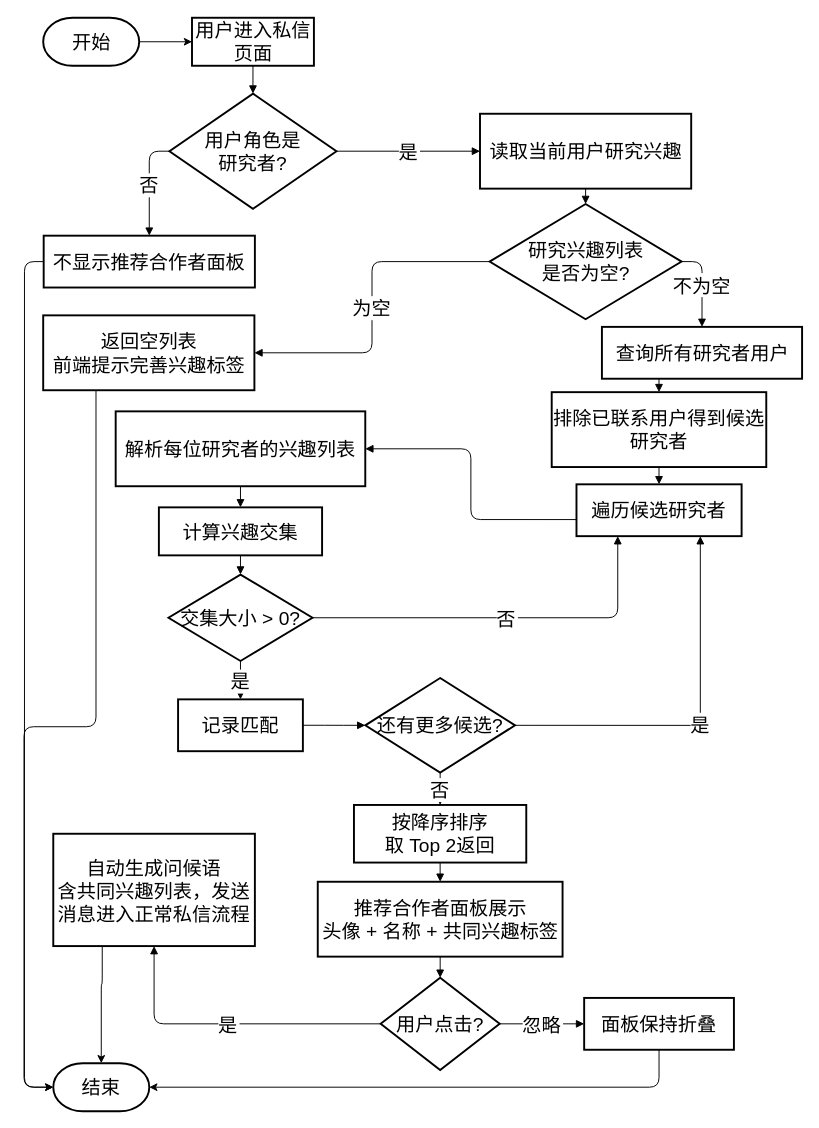
Before: docs/draw/15-collaborator-matching-BPD.drawio in this1is1i/ACSR, a draw.io diagram. Source tidied: cells renumbered, new cells numbered last; positions are measured from the earlier drawing's top-left corner, leaving out a move shared by most shapes. Both pictures are drawn from the tidied source at 96%, with x=0, y=0 at pixel (42, 17).
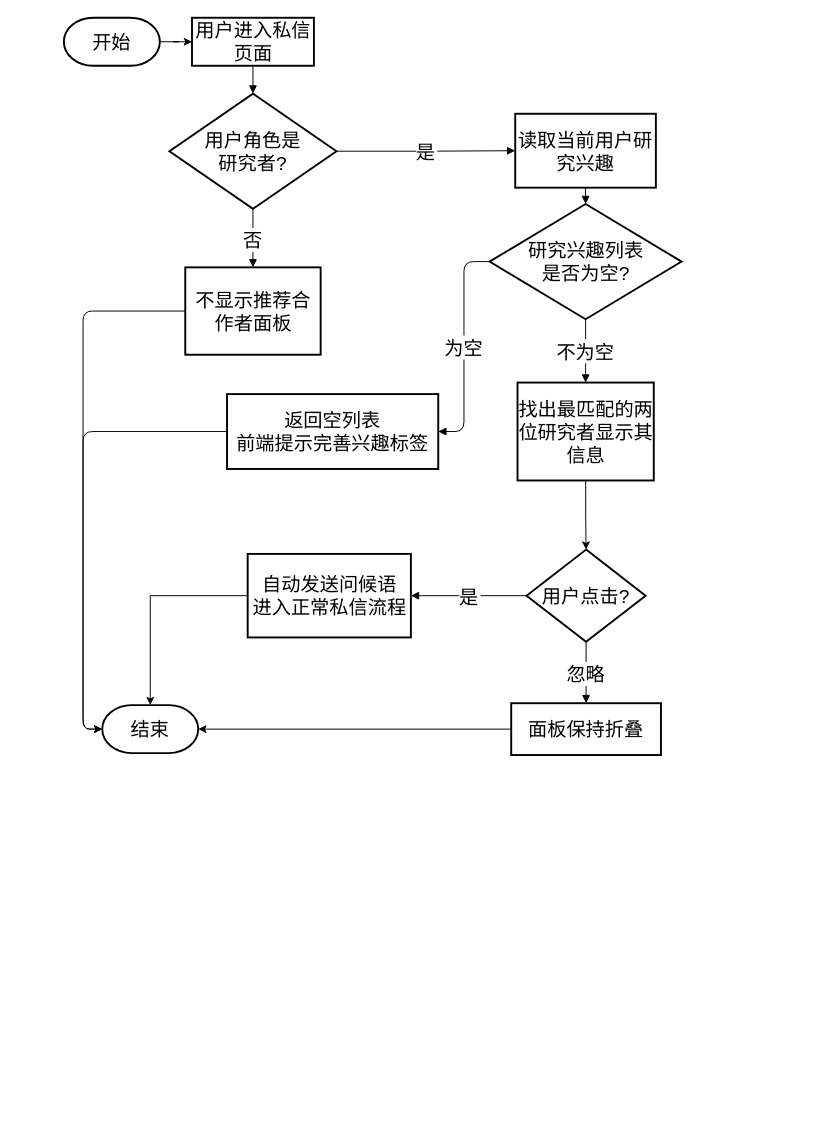
Above is the later version.

Commit message (it also covers changes not shown here):
docs: Q51 — concise pseudocode for user feature construction and fusion ranking

The change refers to these unchanged cells:
```xml
<mxCell id="3" value="用户角色是&#10;研究者?" style="rhombus;strokeWidth=2;whiteSpace=wrap;fontSize=20;" parent="1" vertex="1">
  <mxGeometry x="132" y="79" width="174" height="120" as="geometry" />
</mxCell>
<mxCell id="6" value="研究兴趣列表&#10;是否为空?" style="rhombus;strokeWidth=2;whiteSpace=wrap;fontSize=20;" parent="1" vertex="1">
  <mxGeometry x="465.5" y="194" width="200" height="120" as="geometry" />
</mxCell>
```

What changed in the source:
```diff
@@
     <mxCell id="4" value="不显示推荐合作者面板" style="whiteSpace=wrap;strokeWidth=2;fontSize=20;" parent="1" vertex="1">
-      <mxGeometry x="1" y="227" width="220" height="54" as="geometry" />
+      <mxGeometry x="148.5" y="260" width="141" height="91" as="geometry" />
     </mxCell>
     <mxCell id="5" value="读取当前用户研究兴趣" style="whiteSpace=wrap;strokeWidth=2;fontSize=20;" parent="1" vertex="1">
-      <mxGeometry x="455.5" y="100" width="220" height="78" as="geometry" />
+      <mxGeometry x="492.2" y="100" width="146.5" height="77" as="geometry" />
     </mxCell>
@@
     <mxCell id="7" value="返回空列表&#10;前端提示完善兴趣标签" style="whiteSpace=wrap;strokeWidth=2;fontSize=20;" parent="1" vertex="1">
-      <mxGeometry x="0.5" y="310" width="220" height="78" as="geometry" />
+      <mxGeometry x="192" y="392" width="220" height="78" as="geometry" />
     </mxCell>
+    <mxCell id="48" style="edgeStyle=orthogonalEdgeStyle;rounded=0;jettySize=auto;html=1;exitX=0.5;exitY=1;exitDx=0;exitDy=0;entryX=0.5;entryY=0;entryDx=0;entryDy=0;" parent="1" edge="1" source="8" target="18">
+      <mxGeometry relative="1" as="geometry" />
+    </mxCell>
-    <mxCell id="8" value="查询所有研究者用户" style="whiteSpace=wrap;strokeWidth=2;fontSize=20;" parent="1" vertex="1">
-      <mxGeometry x="582.5" y="322" width="208.5" height="54" as="geometry" />
+    <mxCell id="8" value="找出最匹配的两位研究者显示其信息" style="whiteSpace=wrap;strokeWidth=2;fontSize=20;" parent="1" vertex="1">
+      <mxGeometry x="494.6" y="380" width="141.9" height="102" as="geometry" />
     </mxCell>
-    <mxCell id="9" value="排除已联系用户得到候选研究者" style="whiteSpace=wrap;strokeWidth=2;fontSize=20;" parent="1" vertex="1">
-      <mxGeometry x="530.2" y="390" width="223.5" height="78" as="geometry" />
-    </mxCell>
-    <mxCell id="10" value="遍历候选研究者" style="whiteSpace=wrap;strokeWidth=2;fontSize=20;" parent="1" vertex="1">
-      <mxGeometry x="556" y="486" width="172" height="54" as="geometry" />
-    </mxCell>
-    <mxCell id="11" value="解析每位研究者的兴趣列表" style="whiteSpace=wrap;strokeWidth=2;fontSize=20;" parent="1" vertex="1">
-      <mxGeometry x="76" y="410" width="260" height="78" as="geometry" />
-    </mxCell>
-    <mxCell id="12" value="计算兴趣交集" style="whiteSpace=wrap;strokeWidth=2;fontSize=20;" parent="1" vertex="1">
-      <mxGeometry x="121" y="510" width="170" height="50" as="geometry" />
-    </mxCell>
-    <mxCell id="13" value="交集大小 &gt; 0?" style="rhombus;strokeWidth=2;whiteSpace=wrap;fontSize=20;" parent="1" vertex="1">
-      <mxGeometry x="131" y="580" width="150" height="90" as="geometry" />
-    </mxCell>
-    <mxCell id="14" value="记录匹配" style="whiteSpace=wrap;strokeWidth=2;fontSize=20;" parent="1" vertex="1">
-      <mxGeometry x="141" y="710" width="130" height="54" as="geometry" />
-    </mxCell>
-    <mxCell id="15" value="还有更多候选?" style="rhombus;strokeWidth=2;whiteSpace=wrap;fontSize=20;" parent="1" vertex="1">
-      <mxGeometry x="336" y="687.8" width="156" height="98.5" as="geometry" />
-    </mxCell>
-    <mxCell id="16" value="按降序排序&#10;取 Top 2返回" style="whiteSpace=wrap;strokeWidth=2;fontSize=20;" parent="1" vertex="1">
-      <mxGeometry x="324.2" y="820" width="179.5" height="60" as="geometry" />
-    </mxCell>
-    <mxCell id="17" value="推荐合作者面板展示&#10;头像 + 名称 + 共同兴趣标签" style="whiteSpace=wrap;strokeWidth=2;fontSize=20;" parent="1" vertex="1">
-      <mxGeometry x="286.5" y="900" width="255" height="78" as="geometry" />
-    </mxCell>
     <mxCell id="18" value="用户点击?" style="rhombus;strokeWidth=2;whiteSpace=wrap;fontSize=20;" parent="1" vertex="1">
-      <mxGeometry x="352" y="1000" width="124" height="96" as="geometry" />
+      <mxGeometry x="504" y="554" width="124" height="96" as="geometry" />
     </mxCell>
-    <mxCell id="19" style="edgeStyle=orthogonalEdgeStyle;rounded=1;jettySize=auto;html=1;exitX=0.25;exitY=1;exitDx=0;exitDy=0;curved=0;" parent="1" edge="1" source="20" target="44">
-      <mxGeometry relative="1" as="geometry">
-        <Array as="points">
-          <mxPoint x="62" y="924" />
-          <mxPoint x="62" y="1007" />
-          <mxPoint x="61" y="1007" />
-        </Array>
-      </mxGeometry>
+    <mxCell id="19" style="edgeStyle=orthogonalEdgeStyle;rounded=0;jettySize=auto;html=1;exitX=0;exitY=0.5;exitDx=0;exitDy=0;" parent="1" edge="1" source="20" target="44">
+      <mxGeometry relative="1" as="geometry" />
     </mxCell>
-    <mxCell id="20" value="自动生成问候语&#10;含共同兴趣列表，发送消息进入正常私信流程" style="whiteSpace=wrap;strokeWidth=2;fontSize=20;" parent="1" vertex="1">
-      <mxGeometry x="11" y="850" width="210" height="117" as="geometry" />
+    <mxCell id="20" value="自动发送问候语&#10;进入正常私信流程" style="whiteSpace=wrap;strokeWidth=2;fontSize=20;" parent="1" vertex="1">
+      <mxGeometry x="213.5" y="558.5" width="170" height="87" as="geometry" />
     </mxCell>
     <mxCell id="21" value="面板保持折叠" style="whiteSpace=wrap;strokeWidth=2;fontSize=20;" parent="1" vertex="1">
-      <mxGeometry x="564" y="1021" width="156" height="54" as="geometry" />
+      <mxGeometry x="488" y="714" width="156" height="54" as="geometry" />
     </mxCell>
@@
-    <mxCell id="23" value="否" style="startArrow=none;endArrow=block;exitX=0;exitY=0.5;entryX=0.5;entryY=-0.01;rounded=1;fontSize=20;edgeStyle=orthogonalEdgeStyle;curved=0;exitDx=0;exitDy=0;" parent="1" edge="1" source="3" target="4">
+    <mxCell id="23" value="否" style="startArrow=none;endArrow=block;exitX=0.5;exitY=1;entryX=0.5;entryY=-0.01;rounded=1;fontSize=20;edgeStyle=orthogonalEdgeStyle;curved=0;exitDx=0;exitDy=0;" parent="1" edge="1" source="3" target="4">
       <mxGeometry relative="1" as="geometry" />
     </mxCell>
@@
-    <mxCell id="27" value="不为空" style="startArrow=none;endArrow=block;exitX=1;exitY=0.5;entryX=0.5;entryY=0;rounded=1;fontSize=20;edgeStyle=orthogonalEdgeStyle;curved=0;exitDx=0;exitDy=0;" parent="1" edge="1" source="6" target="8">
+    <mxCell id="27" value="不为空" style="startArrow=none;endArrow=block;exitX=0.5;exitY=1;entryX=0.5;entryY=0;rounded=1;fontSize=20;edgeStyle=orthogonalEdgeStyle;curved=0;exitDx=0;exitDy=0;" parent="1" edge="1" source="6" target="8">
       <mxGeometry relative="1" as="geometry" />
     </mxCell>
-    <mxCell id="28" style="startArrow=none;endArrow=block;entryX=0.5;entryY=0;rounded=1;fontSize=20;edgeStyle=orthogonalEdgeStyle;curved=0;" parent="1" edge="1" source="8" target="9">
-      <mxGeometry relative="1" as="geometry">
-        <Array as="points">
-          <mxPoint x="642" y="390" />
-          <mxPoint x="642" y="390" />
-        </Array>
-      </mxGeometry>
-    </mxCell>
-    <mxCell id="29" style="startArrow=none;endArrow=block;exitX=0.5;exitY=1;entryX=0.5;entryY=0;rounded=1;fontSize=20;edgeStyle=orthogonalEdgeStyle;curved=0;" parent="1" edge="1" source="9" target="10">
-      <mxGeometry relative="1" as="geometry" />
-    </mxCell>
-    <mxCell id="30" style="startArrow=none;endArrow=block;exitX=0;exitY=0.68;entryX=1;entryY=0.5;rounded=1;fontSize=20;edgeStyle=orthogonalEdgeStyle;curved=0;entryDx=0;entryDy=0;" parent="1" edge="1" source="10" target="11">
-      <mxGeometry relative="1" as="geometry" />
-    </mxCell>
-    <mxCell id="31" style="startArrow=none;endArrow=block;exitX=0.5;exitY=1;entryX=0.5;entryY=0.01;rounded=1;fontSize=20;edgeStyle=orthogonalEdgeStyle;curved=0;" parent="1" edge="1" source="11" target="12">
-      <mxGeometry relative="1" as="geometry" />
-    </mxCell>
-    <mxCell id="32" style="startArrow=none;endArrow=block;exitX=0.5;exitY=1.01;entryX=0.5;entryY=0;rounded=1;fontSize=20;edgeStyle=orthogonalEdgeStyle;curved=0;entryDx=0;entryDy=0;" parent="1" edge="1" source="12" target="13">
-      <mxGeometry relative="1" as="geometry" />
-    </mxCell>
-    <mxCell id="33" value="否" style="startArrow=none;endArrow=block;exitX=1;exitY=0.5;entryX=0.25;entryY=1;rounded=1;fontSize=20;edgeStyle=orthogonalEdgeStyle;curved=0;exitDx=0;exitDy=0;" parent="1" edge="1" source="13" target="10">
-      <mxGeometry relative="1" as="geometry" />
-    </mxCell>
-    <mxCell id="34" value="是" style="startArrow=none;endArrow=block;exitX=0.5;exitY=1;entryX=0.5;entryY=-0.01;rounded=1;fontSize=20;edgeStyle=orthogonalEdgeStyle;curved=0;" parent="1" edge="1" source="13" target="14">
-      <mxGeometry relative="1" as="geometry" />
-    </mxCell>
-    <mxCell id="35" style="startArrow=none;endArrow=block;exitX=1;exitY=0.5;entryX=0;entryY=0.5;rounded=1;fontSize=20;edgeStyle=orthogonalEdgeStyle;curved=0;entryDx=0;entryDy=0;exitDx=0;exitDy=0;" parent="1" edge="1" source="14" target="15">
-      <mxGeometry relative="1" as="geometry" />
-    </mxCell>
-    <mxCell id="36" value="是" style="startArrow=none;endArrow=block;exitX=1;exitY=0.5;rounded=1;fontSize=20;edgeStyle=orthogonalEdgeStyle;curved=0;exitDx=0;exitDy=0;entryX=0.75;entryY=1;entryDx=0;entryDy=0;" parent="1" edge="1" source="15" target="10">
-      <mxGeometry relative="1" as="geometry" />
-    </mxCell>
-    <mxCell id="37" value="否" style="startArrow=none;endArrow=block;exitX=0.5;exitY=1;entryX=0.5;entryY=0;rounded=1;fontSize=20;edgeStyle=orthogonalEdgeStyle;curved=0;" parent="1" edge="1" source="15" target="16">
-      <mxGeometry relative="1" as="geometry" />
-    </mxCell>
-    <mxCell id="38" style="startArrow=none;endArrow=block;exitX=0.5;exitY=1;entryX=0.5;entryY=0;rounded=1;fontSize=20;edgeStyle=orthogonalEdgeStyle;curved=0;exitDx=0;exitDy=0;" parent="1" edge="1" source="16" target="17">
-      <mxGeometry relative="1" as="geometry" />
-    </mxCell>
-    <mxCell id="39" style="startArrow=none;endArrow=block;exitX=0.5;exitY=1;entryX=0.5;entryY=0;rounded=1;fontSize=20;edgeStyle=orthogonalEdgeStyle;curved=0;" parent="1" edge="1" source="17" target="18">
-      <mxGeometry relative="1" as="geometry" />
-    </mxCell>
-    <mxCell id="40" value="是" style="startArrow=none;endArrow=block;exitX=0;exitY=0.5;entryX=0.5;entryY=1;rounded=1;fontSize=20;edgeStyle=orthogonalEdgeStyle;curved=0;exitDx=0;exitDy=0;entryDx=0;entryDy=0;" parent="1" edge="1" source="18" target="20">
+    <mxCell id="40" value="是" style="startArrow=none;endArrow=block;exitX=0;exitY=0.5;entryX=1;entryY=0.5;rounded=1;fontSize=20;edgeStyle=orthogonalEdgeStyle;curved=0;exitDx=0;exitDy=0;entryDx=0;entryDy=0;" parent="1" edge="1" source="18" target="20">
       <mxGeometry relative="1" as="geometry" />
     </mxCell>
-    <mxCell id="41" value="忽略" style="startArrow=none;endArrow=block;exitX=1;exitY=0.5;entryX=0;entryY=0.5;rounded=1;fontSize=20;edgeStyle=orthogonalEdgeStyle;curved=0;exitDx=0;exitDy=0;entryDx=0;entryDy=0;" parent="1" edge="1" source="18" target="21">
+    <mxCell id="41" value="忽略" style="startArrow=none;endArrow=block;exitX=0.5;exitY=1;entryX=0.5;entryY=0;rounded=1;fontSize=20;edgeStyle=orthogonalEdgeStyle;curved=0;exitDx=0;exitDy=0;entryDx=0;entryDy=0;" parent="1" edge="1" source="18" target="21">
       <mxGeometry relative="1" as="geometry" />
     </mxCell>
@@
     <mxCell id="43" value="开始" style="strokeWidth=2;html=1;shape=mxgraph.flowchart.terminator;whiteSpace=wrap;fontSize=20;" parent="1" vertex="1">
-      <mxGeometry x="0.5" width="100" height="50" as="geometry" />
+      <mxGeometry x="22" width="100" height="50" as="geometry" />
     </mxCell>
     <mxCell id="44" value="结束" style="strokeWidth=2;html=1;shape=mxgraph.flowchart.terminator;whiteSpace=wrap;fontSize=20;" parent="1" vertex="1">
-      <mxGeometry x="11" y="1089" width="100" height="50" as="geometry" />
+      <mxGeometry x="62" y="716" width="100" height="50" as="geometry" />
     </mxCell>
-    <mxCell id="45" style="edgeStyle=orthogonalEdgeStyle;rounded=1;jettySize=auto;html=1;exitX=0.25;exitY=1;exitDx=0;exitDy=0;entryX=0;entryY=0.5;entryDx=0;entryDy=0;entryPerimeter=0;curved=0;" parent="1" edge="1" source="7" target="44">
+    <mxCell id="45" style="edgeStyle=orthogonalEdgeStyle;rounded=1;jettySize=auto;html=1;exitX=0;exitY=0.5;exitDx=0;exitDy=0;entryX=0;entryY=0.5;entryDx=0;entryDy=0;entryPerimeter=0;curved=0;" parent="1" edge="1" source="7" target="44">
       <mxGeometry relative="1" as="geometry" />
     </mxCell>
@@
-    <mxCell id="47" style="edgeStyle=orthogonalEdgeStyle;rounded=1;jettySize=auto;html=1;exitX=0.5;exitY=1;exitDx=0;exitDy=0;entryX=1;entryY=0.5;entryDx=0;entryDy=0;entryPerimeter=0;curved=0;" parent="1" edge="1" source="21" target="44">
+    <mxCell id="47" style="edgeStyle=orthogonalEdgeStyle;rounded=1;jettySize=auto;html=1;exitX=0;exitY=0.5;exitDx=0;exitDy=0;entryX=1;entryY=0.5;entryDx=0;entryDy=0;entryPerimeter=0;curved=0;" parent="1" edge="1" source="21" target="44">
       <mxGeometry relative="1" as="geometry" />
     </mxCell>
```
